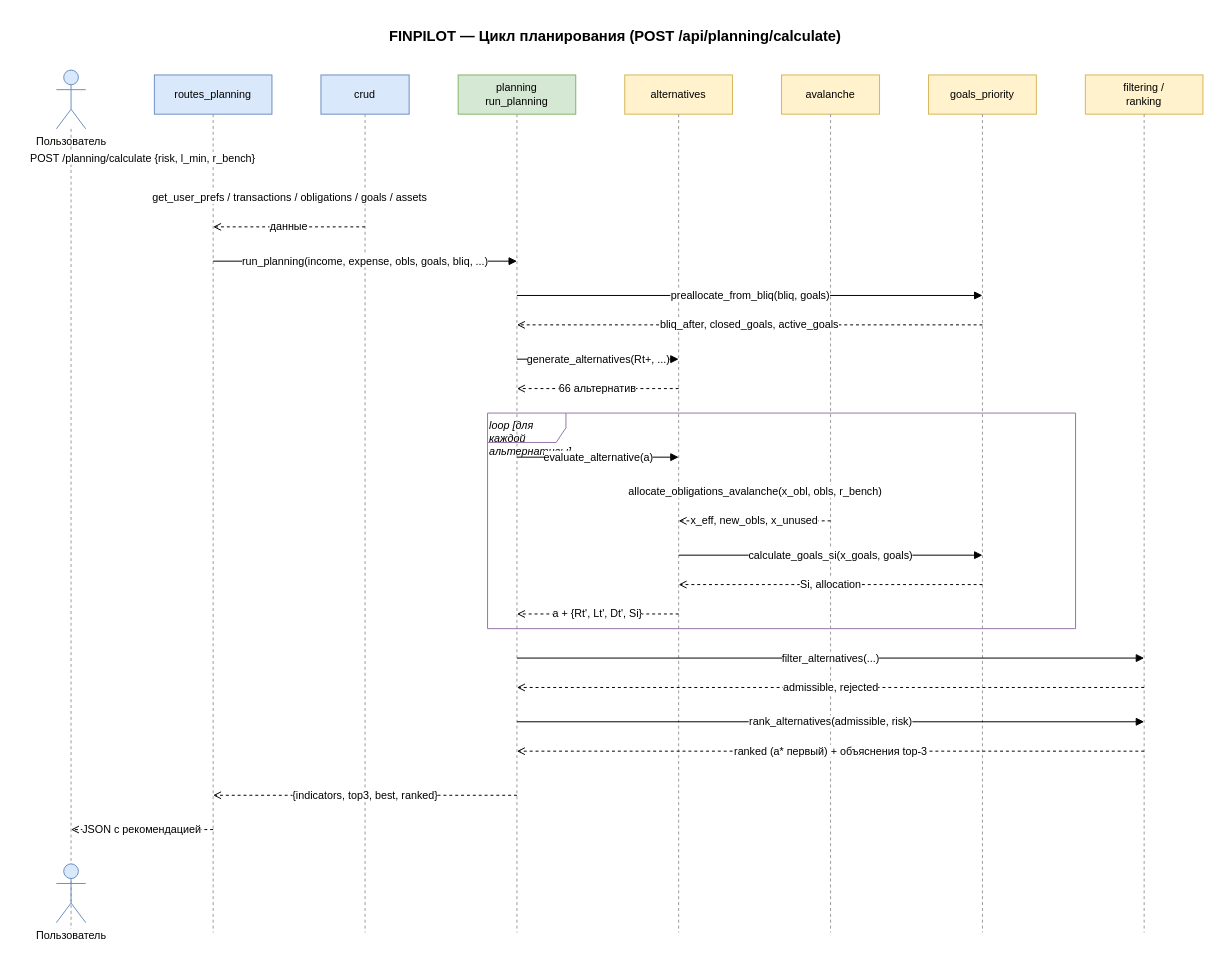
Above: docs/diagrams/07_sequence_planning.drawio in vevdokimovm/personal-finance-dss (draw.io), before the change. Source tidied: cells renumbered, new cells numbered last; positions are measured from the earlier drawing's top-left corner, leaving out a move shared by most shapes. Both pictures are drawn from the tidied source at 98%, with x=0, y=0 at pixel (56, 21).
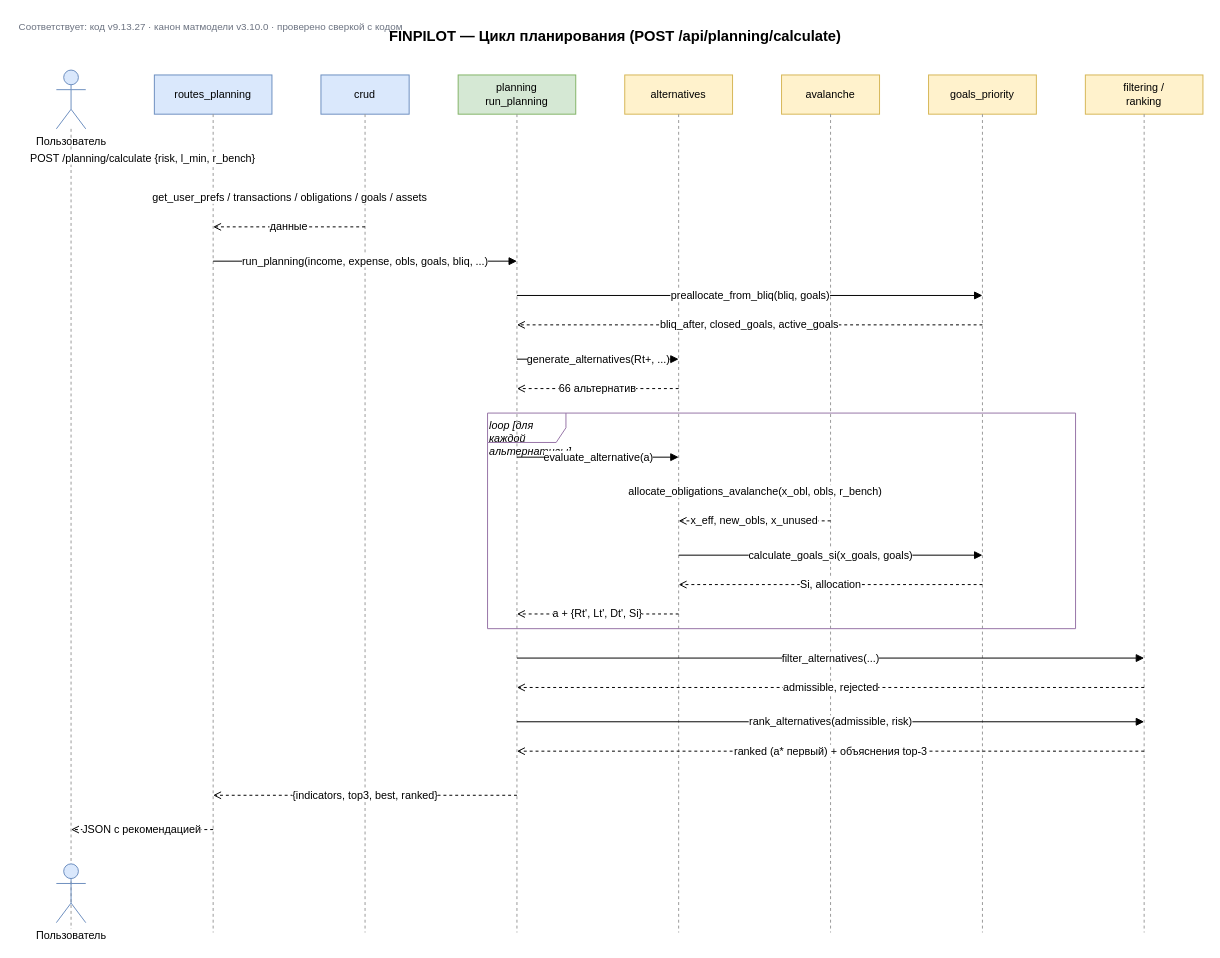
After the change.

The edit, as a diff of the source:
```diff
@@
+    <mxCell id="41" value="Соответствует: код v9.13.27 · канон матмодели v3.10.0 · проверено сверкой с кодом" style="text;html=1;strokeColor=none;fillColor=none;align=left;verticalAlign=middle;fontSize=10;fontColor=#6b7280;" parent="1" vertex="1">
+      <mxGeometry x="-40" y="-4" width="520" height="20" as="geometry" />
+    </mxCell>
```
